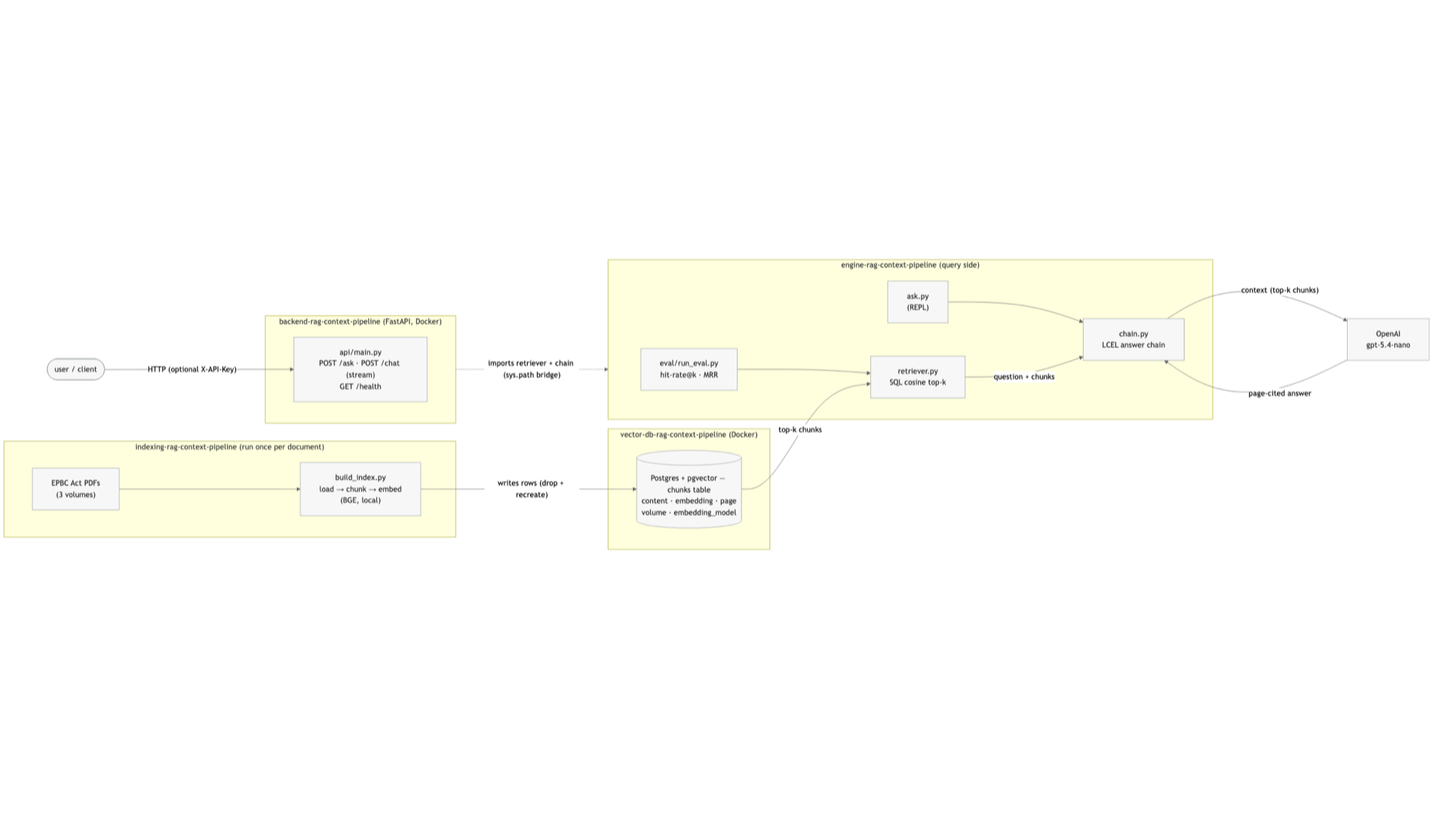
Before: diagram.png, a diagram exported from Mermaid (obj809/rag-context-pipeline). Its source is kept beside it as diagram.mmd.
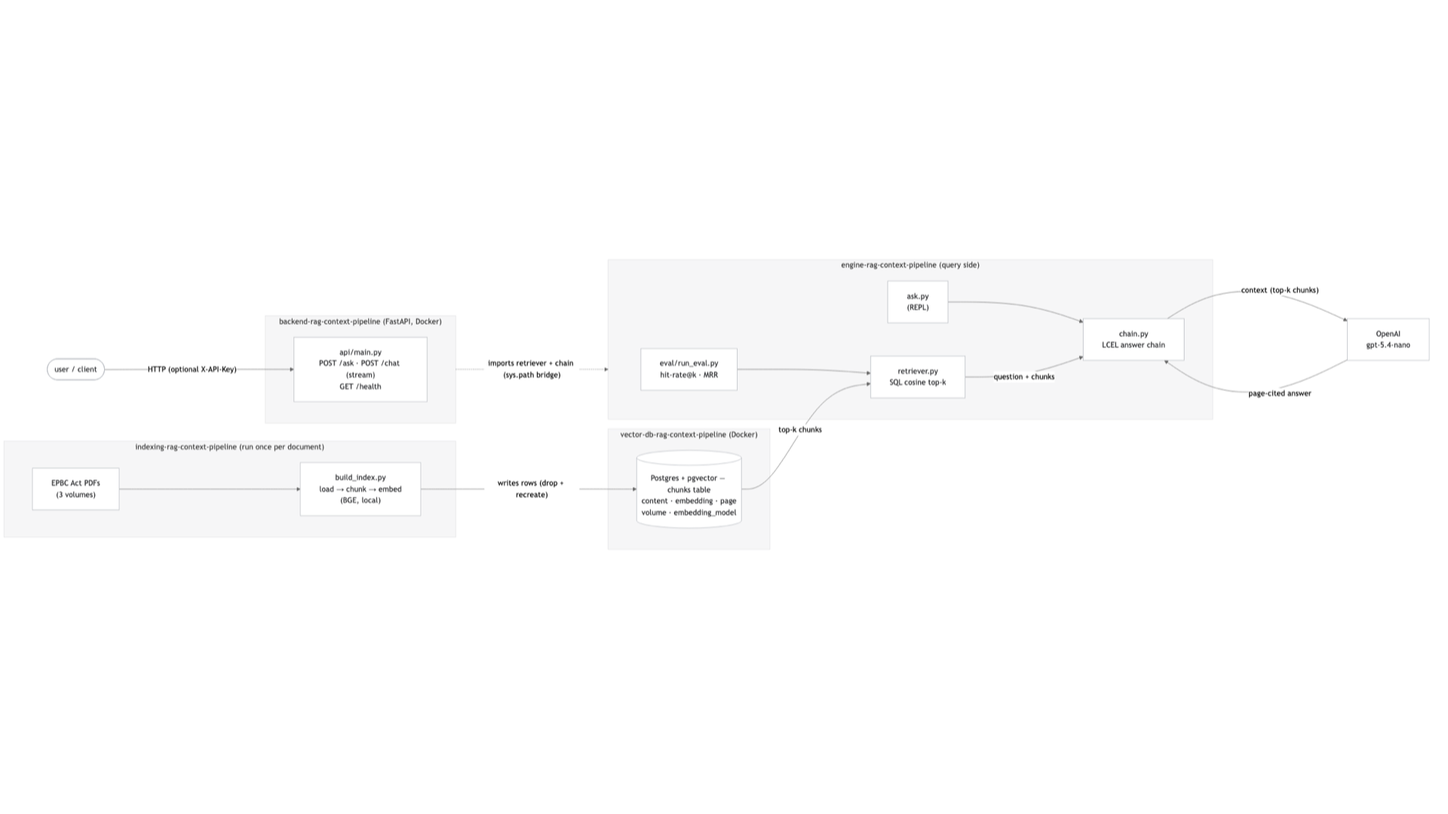
Above is the later version.

Commit message:
alters diagram color scheme

Change to the diagram source:
```diff
@@ -1,4 +1,4 @@
-%%{init: {"theme":"neutral","themeVariables":{"clusterBkg":"#ffffde","clusterBorder":"#aaaa33"},"flowchart":{"nodeSpacing":70,"rankSpacing":120,"padding":20}}}%%
+%%{init: {"theme":"neutral","flowchart":{"nodeSpacing":70,"rankSpacing":120,"padding":20}}}%%
 flowchart LR
     subgraph engine["engine-rag-context-pipeline (query side)"]
         eval["eval/run_eval.py<br/>hit-rate@k · MRR"]
@@ -33,5 +33,10 @@
     build -- "writes rows (drop + recreate)" --> db
     db -- "top-k chunks" --> ret
 
-    classDef leaf fill:#f7f7f7,stroke:#9aa0a6,stroke-width:1px,color:#202124;
+    classDef leaf fill:#ffffff,stroke:#b0b4ba,stroke-width:1px,color:#202124;
     class eval,ret,repl,chain,openai,api,pdf,build,db,client leaf;
+
+    style indexing fill:#f6f6f7,stroke:#e2e2e4
+    style vectordb fill:#f6f6f7,stroke:#e2e2e4
+    style engine   fill:#f6f6f7,stroke:#e2e2e4
+    style backend  fill:#f6f6f7,stroke:#e2e2e4
```
